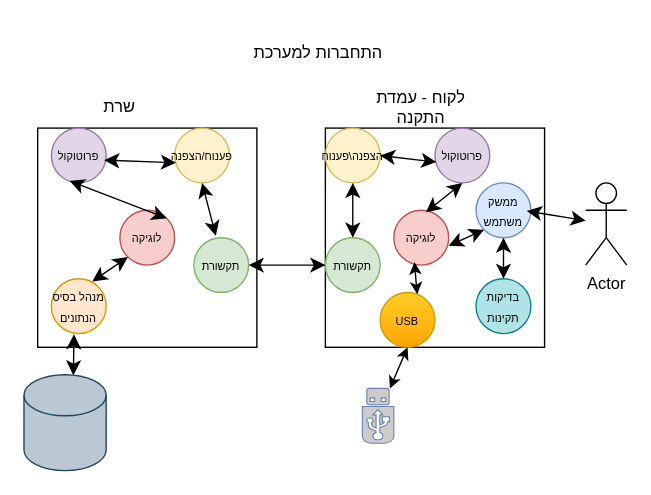
This is draws/draw actions/התחברות למערכת.drawio from Eyalen22/Project, a draw.io file, before an edit. Source tidied: cells renumbered, new cells numbered last; positions are measured from the earlier drawing's top-left corner, leaving out a move shared by most shapes. Both pictures are drawn from the tidied source at 137%, with x=0, y=0 at pixel (23, 32).
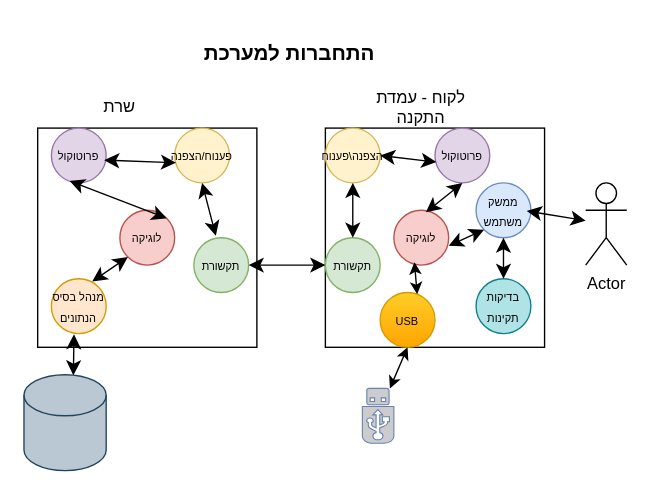
After the change.

Change to the diagram source:
```diff
@@
-    <mxCell id="2" value="&lt;p&gt;התחברות למערכת&lt;/p&gt;" style="text;html=1;whiteSpace=wrap;strokeColor=none;fillColor=none;align=center;verticalAlign=middle;rounded=0;" parent="1" vertex="1">
-      <mxGeometry x="160" width="110" height="30" as="geometry" />
+    <mxCell id="2" value="&lt;p&gt;&lt;font style=&quot;font-size: 15px;&quot;&gt;&lt;b&gt;התחברות למערכת&lt;/b&gt;&lt;/font&gt;&lt;/p&gt;" style="text;html=1;whiteSpace=wrap;strokeColor=none;fillColor=none;align=center;verticalAlign=middle;rounded=0;" parent="1" vertex="1">
+      <mxGeometry x="124" width="140" height="30" as="geometry" />
     </mxCell>
```
